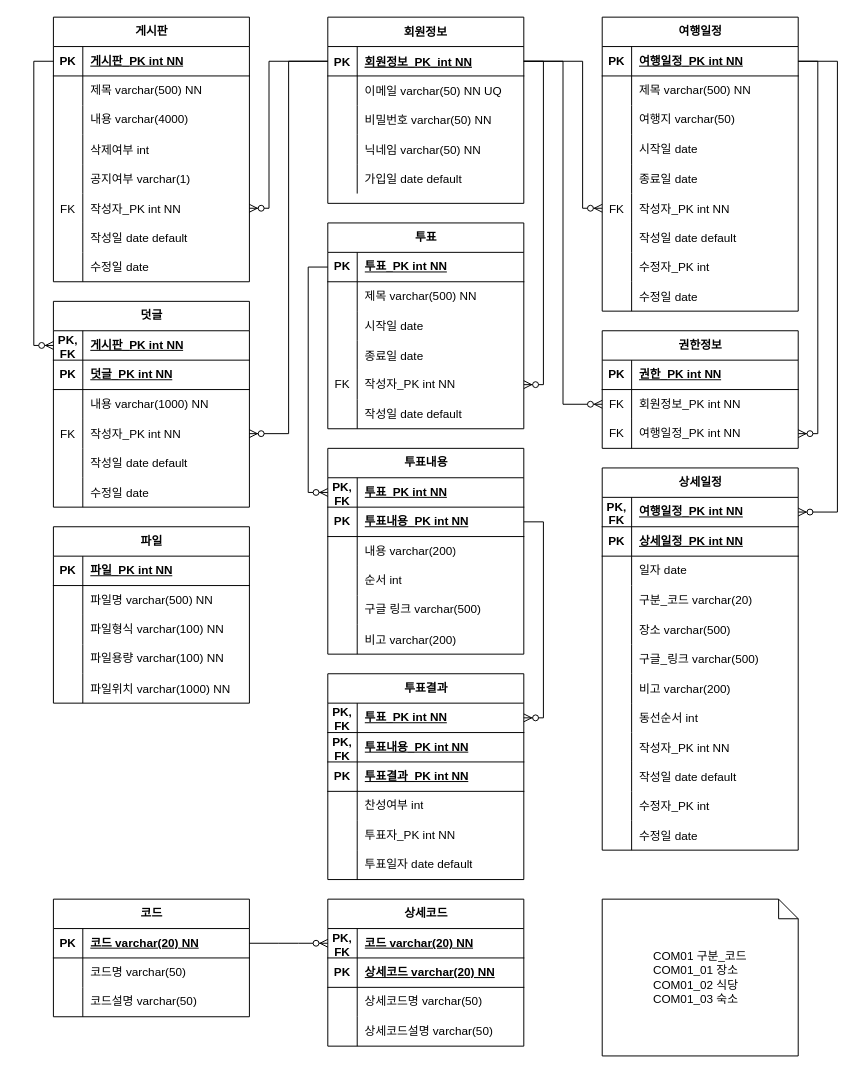
Before: erd/itinerary_erd.drawio in Hevrica/itinerary_be, a draw.io diagram. Source tidied: cells renumbered, new cells numbered last; positions are measured from the earlier drawing's top-left corner, leaving out a move shared by most shapes. Both pictures are drawn from the tidied source at 98%, with x=0, y=0 at pixel (33, 17).
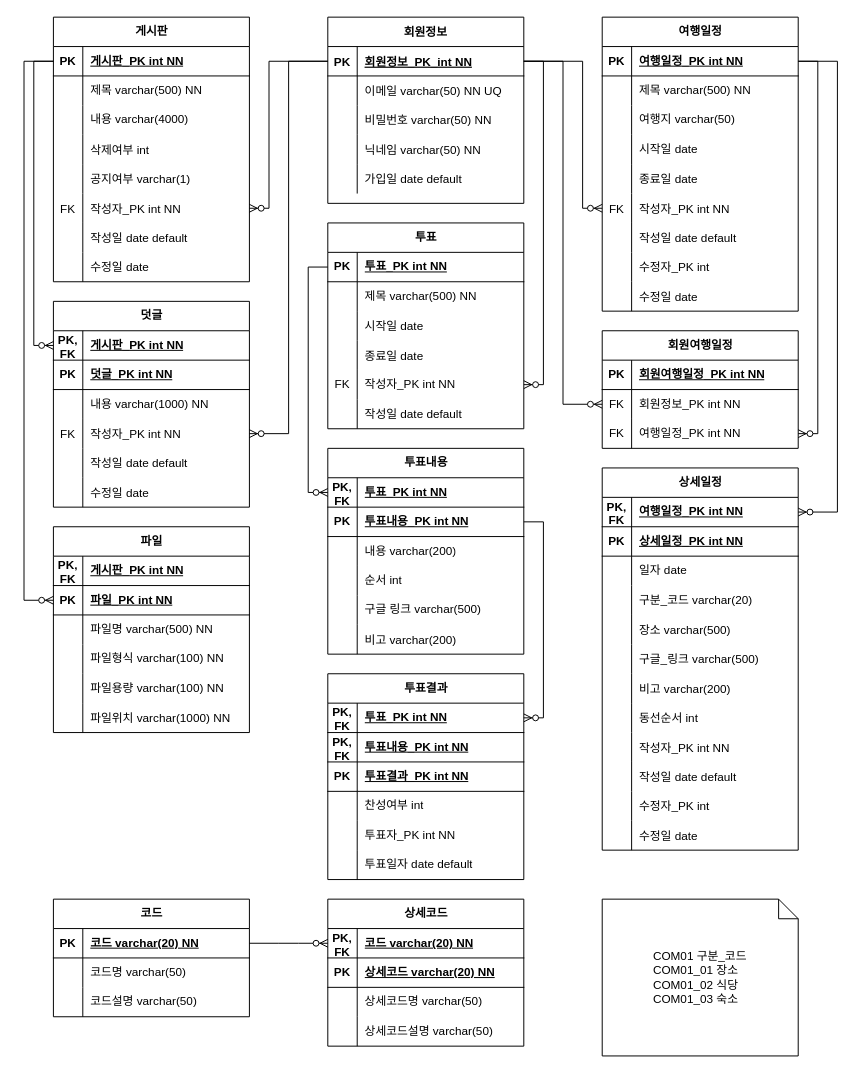
The same page after the edit.

Unchanged cells that the change refers to:
```xml
<mxCell id="19" style="shape=tableRow;horizontal=0;startSize=0;swimlaneHead=0;swimlaneBody=0;fillColor=none;top=0;left=0;right=0;bottom=1;" parent="18" vertex="1">
  <mxGeometry y="30" width="200" height="30" as="geometry" />
</mxCell>
<mxCell id="118" style="shape=tableRow;horizontal=0;startSize=0;swimlaneHead=0;swimlaneBody=0;fillColor=none;points=[[0,0.5],[1,0.5]];portConstraint=eastwest;top=0;left=0;right=0;bottom=1;" parent="117" vertex="1">
  <mxGeometry y="30" width="200" height="30" as="geometry" />
</mxCell>
```

Diff of the diagram source:
```diff
@@
-    <mxCell id="18" value="권한정보" style="shape=table;startSize=30;childLayout=tableLayout;rowLines=0;fontStyle=1;align=center;html=1;" parent="1" vertex="1">
+    <mxCell id="18" value="회원여행일정" style="shape=table;startSize=30;childLayout=tableLayout;rowLines=0;fontStyle=1;align=center;html=1;" parent="1" vertex="1">
       <mxGeometry x="580" y="320" width="200" height="120" as="geometry" />
     </mxCell>
@@
-    <mxCell id="21" value="권한_PK int NN" style="shape=partialRectangle;fillColor=none;top=0;left=0;bottom=0;right=0;align=left;spacingLeft=6;fontStyle=5;overflow=hidden;whiteSpace=wrap;html=1;" parent="19" vertex="1">
+    <mxCell id="21" value="회원여행일정_PK int NN" style="shape=partialRectangle;fillColor=none;top=0;left=0;bottom=0;right=0;align=left;spacingLeft=6;fontStyle=5;overflow=hidden;whiteSpace=wrap;html=1;" parent="19" vertex="1">
       <mxGeometry x="30" width="170" height="30" as="geometry" />
     </mxCell>
@@
     <mxCell id="229" value="파일" style="shape=table;startSize=30;childLayout=tableLayout;rowLines=0;fontStyle=1;align=center;html=1;" parent="1" vertex="1">
-      <mxGeometry x="20" y="520" width="200" height="180" as="geometry" />
+      <mxGeometry x="20" y="520" width="200" height="210" as="geometry" />
     </mxCell>
+    <mxCell id="245" style="shape=tableRow;horizontal=0;startSize=0;swimlaneHead=0;swimlaneBody=0;fillColor=none;top=0;left=0;right=0;bottom=1;" parent="229" vertex="1">
+      <mxGeometry y="30" width="200" height="30" as="geometry" />
+    </mxCell>
+    <mxCell id="246" value="PK, FK" style="shape=partialRectangle;fillColor=none;top=0;left=0;bottom=0;right=0;fontStyle=1;overflow=hidden;whiteSpace=wrap;html=1;" parent="245" vertex="1">
+      <mxGeometry width="30" height="30" as="geometry" />
+    </mxCell>
+    <mxCell id="247" value="게시판_PK int NN" style="shape=partialRectangle;fillColor=none;top=0;left=0;bottom=0;right=0;align=left;spacingLeft=6;fontStyle=5;overflow=hidden;whiteSpace=wrap;html=1;" parent="245" vertex="1">
+      <mxGeometry x="30" width="170" height="30" as="geometry" />
+    </mxCell>
     <mxCell id="230" style="shape=tableRow;horizontal=0;startSize=0;swimlaneHead=0;swimlaneBody=0;fillColor=none;points=[[0,0.5],[1,0.5]];portConstraint=eastwest;top=0;left=0;right=0;bottom=1;" parent="229" vertex="1">
-      <mxGeometry y="30" width="200" height="30" as="geometry" />
+      <mxGeometry y="60" width="200" height="30" as="geometry" />
     </mxCell>
@@
     <mxCell id="233" style="shape=tableRow;horizontal=0;startSize=0;swimlaneHead=0;swimlaneBody=0;fillColor=none;top=0;left=0;right=0;bottom=0;" parent="229" vertex="1">
-      <mxGeometry y="60" width="200" height="30" as="geometry" />
+      <mxGeometry y="90" width="200" height="30" as="geometry" />
     </mxCell>
@@
     <mxCell id="236" style="shape=tableRow;horizontal=0;startSize=0;swimlaneHead=0;swimlaneBody=0;fillColor=none;top=0;left=0;right=0;bottom=0;" parent="229" vertex="1">
-      <mxGeometry y="90" width="200" height="30" as="geometry" />
+      <mxGeometry y="120" width="200" height="30" as="geometry" />
     </mxCell>
@@
     <mxCell id="239" style="shape=tableRow;horizontal=0;startSize=0;swimlaneHead=0;swimlaneBody=0;fillColor=none;top=0;left=0;right=0;bottom=0;" parent="229" vertex="1">
-      <mxGeometry y="120" width="200" height="30" as="geometry" />
+      <mxGeometry y="150" width="200" height="30" as="geometry" />
     </mxCell>
@@
     <mxCell id="242" style="shape=tableRow;horizontal=0;startSize=0;swimlaneHead=0;swimlaneBody=0;fillColor=none;top=0;left=0;right=0;bottom=0;" parent="229" vertex="1">
-      <mxGeometry y="150" width="200" height="30" as="geometry" />
+      <mxGeometry y="180" width="200" height="30" as="geometry" />
     </mxCell>
@@
+    <mxCell id="248" style="edgeStyle=elbowEdgeStyle;fontSize=12;html=1;endArrow=ERzeroToMany;endFill=1;rounded=0;exitX=0;exitY=0.5;exitDx=0;exitDy=0;entryX=0;entryY=0.5;entryDx=0;entryDy=0;" parent="1" edge="1" source="118" target="230">
+      <mxGeometry relative="1" as="geometry">
+        <Array as="points">
+          <mxPoint x="-10" y="310" />
+        </Array>
+      </mxGeometry>
+    </mxCell>
```
